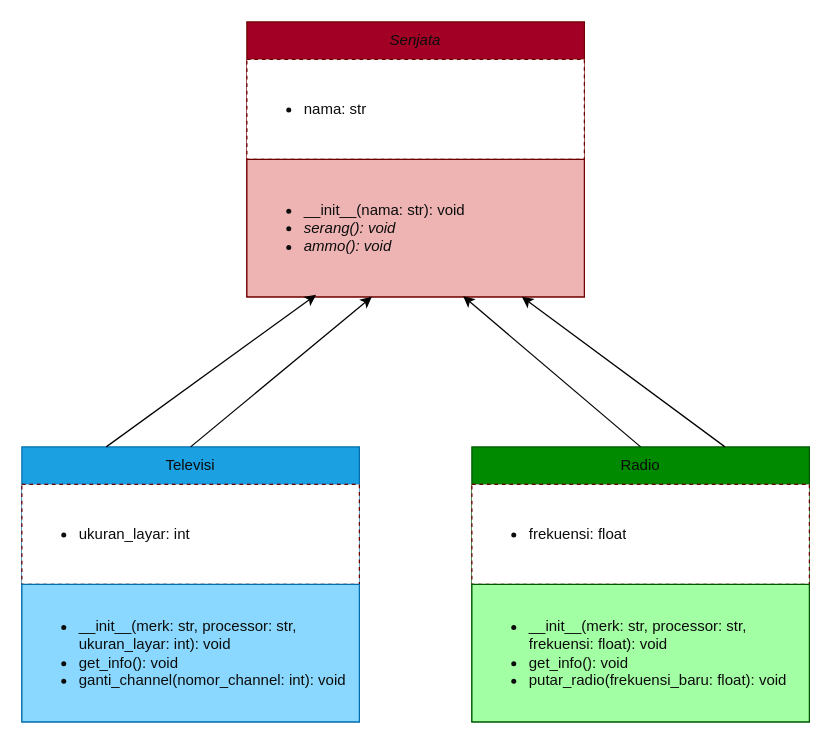
This is Jobsheet_6.drawio from ImNotDanish05/2025_PBO_TI-1A, a draw.io file, before an edit. Source tidied: cells renumbered, new cells numbered last; positions are measured from the earlier drawing's top-left corner, leaving out a move shared by most shapes. Both pictures are drawn from the tidied source at 125%, with x=0, y=0 at pixel (21, 21).
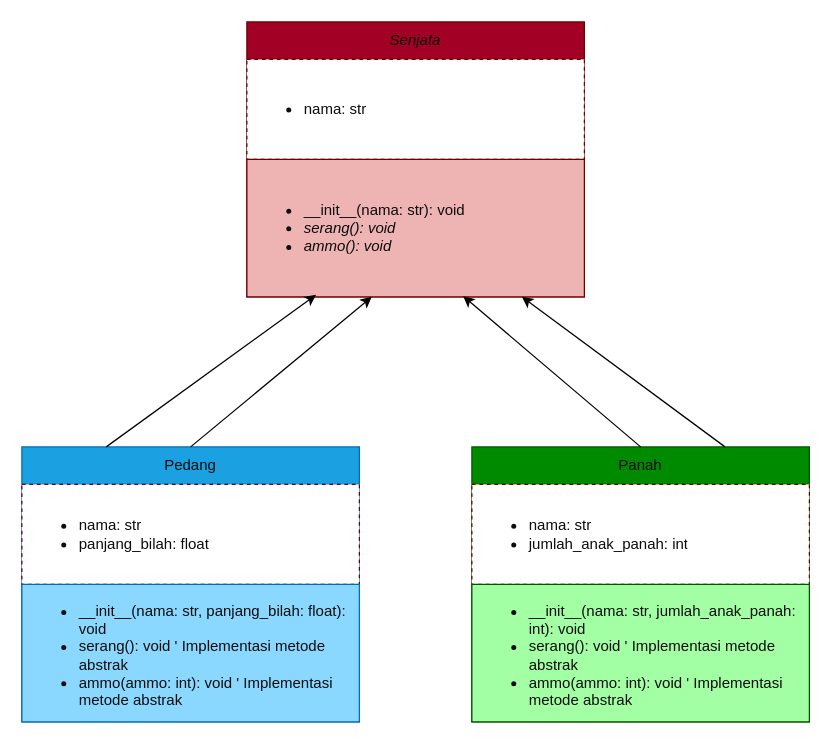
Above is the later version.

Diff of the diagram source:
```diff
@@
 <mxGraphModel>
   <root>
     <mxCell id="0" />
     <mxCell id="1" parent="0" />
     <mxCell id="2" value="&lt;i&gt;Senjata&lt;/i&gt;" style="swimlane;fontStyle=0;horizontal=1;startSize=30;whiteSpace=wrap;html=1;fillColor=#a20025;fontColor=light-dark(#0C0C0C,#0C0C0C);strokeColor=#6F0000;" parent="1" vertex="1">
       <mxGeometry x="180" width="270" height="220" as="geometry" />
     </mxCell>
     <mxCell id="3" value="&lt;ul&gt;&lt;li&gt;nama: str&lt;/li&gt;&lt;/ul&gt;" style="text;strokeColor=#6F0000;fillColor=light-dark(#FFFFFF,#FFFFFF);align=left;verticalAlign=middle;spacingLeft=4;spacingRight=4;overflow=hidden;whiteSpace=wrap;html=1;fontColor=light-dark(#0C0C0C,#0C0C0C);fillStyle=auto;dashed=1;gradientColor=none;" parent="2" vertex="1">
       <mxGeometry y="30" width="270" height="80" as="geometry" />
     </mxCell>
     <mxCell id="4" value="&lt;ul&gt;&lt;li&gt;__init__(nama: str): void&lt;/li&gt;&lt;li&gt;&lt;i&gt;serang(): void&lt;/i&gt;&lt;/li&gt;&lt;li&gt;&lt;i&gt;ammo(): void&lt;/i&gt;&lt;/li&gt;&lt;/ul&gt;" style="text;strokeColor=#6F0000;fillColor=light-dark(#EEB4B4,#EEB4B4);align=left;verticalAlign=middle;spacingLeft=4;spacingRight=4;overflow=hidden;points=[[0,0.5],[1,0.5]];portConstraint=eastwest;whiteSpace=wrap;html=1;fontColor=light-dark(#0C0C0C,#0C0C0C);" parent="2" vertex="1">
       <mxGeometry y="110" width="270" height="110" as="geometry" />
     </mxCell>
-    <mxCell id="5" value="Televisi" style="swimlane;fontStyle=0;horizontal=1;startSize=30;whiteSpace=wrap;html=1;fillColor=#1ba1e2;fontColor=light-dark(#0C0C0C,#0C0C0C);strokeColor=#006EAF;" parent="1" vertex="1">
+    <mxCell id="5" value="Pedang" style="swimlane;fontStyle=0;horizontal=1;startSize=30;whiteSpace=wrap;html=1;fillColor=#1ba1e2;fontColor=light-dark(#0C0C0C,#0C0C0C);strokeColor=#006EAF;" parent="1" vertex="1">
       <mxGeometry y="340" width="270" height="220" as="geometry" />
     </mxCell>
-    <mxCell id="6" value="&lt;ul&gt;&lt;li&gt;ukuran_layar: int&lt;/li&gt;&lt;/ul&gt;" style="text;strokeColor=#6F0000;fillColor=light-dark(#FFFFFF,#FFFFFF);align=left;verticalAlign=middle;spacingLeft=4;spacingRight=4;overflow=hidden;whiteSpace=wrap;html=1;fontColor=light-dark(#0C0C0C,#0C0C0C);fillStyle=auto;dashed=1;gradientColor=none;" parent="5" vertex="1">
+    <mxCell id="6" value="&lt;ul&gt;&lt;li&gt;nama: str&lt;/li&gt;&lt;li&gt;panjang_bilah: float&lt;/li&gt;&lt;/ul&gt;" style="text;strokeColor=#6F0000;fillColor=light-dark(#FFFFFF,#FFFFFF);align=left;verticalAlign=middle;spacingLeft=4;spacingRight=4;overflow=hidden;whiteSpace=wrap;html=1;fontColor=light-dark(#0C0C0C,#0C0C0C);fillStyle=auto;dashed=1;gradientColor=none;" parent="5" vertex="1">
       <mxGeometry y="30" width="270" height="80" as="geometry" />
     </mxCell>
-    <mxCell id="7" value="&lt;ul&gt;&lt;li&gt;__init__(merk: str, processor: str, ukuran_layar: int): void&lt;/li&gt;&lt;li&gt;get_info(): void&lt;/li&gt;&lt;li&gt;ganti_channel(nomor_channel: int): void&lt;br&gt;&lt;/li&gt;&lt;/ul&gt;" style="text;strokeColor=#006EAF;fillColor=light-dark(#8AD8FF,#8AD8FF);align=left;verticalAlign=middle;spacingLeft=4;spacingRight=4;overflow=hidden;whiteSpace=wrap;html=1;fontColor=light-dark(#0C0C0C,#0C0C0C);" parent="5" vertex="1">
+    <mxCell id="7" value="&lt;ul&gt;&lt;li&gt;__init__(nama: str, panjang_bilah: float): void&lt;/li&gt;&lt;li&gt;&lt;span style=&quot;background-color: transparent;&quot;&gt;serang(): void ' Implementasi metode abstrak&lt;/span&gt;&lt;/li&gt;&lt;li&gt;&lt;span style=&quot;background-color: transparent;&quot;&gt;ammo(ammo: int): void&amp;nbsp;&lt;/span&gt;' Implementasi metode abstrak&lt;/li&gt;&lt;/ul&gt;" style="text;strokeColor=#006EAF;fillColor=light-dark(#8AD8FF,#8AD8FF);align=left;verticalAlign=middle;spacingLeft=4;spacingRight=4;overflow=hidden;whiteSpace=wrap;html=1;fontColor=light-dark(#0C0C0C,#0C0C0C);" parent="5" vertex="1">
       <mxGeometry y="110" width="270" height="110" as="geometry" />
     </mxCell>
-    <mxCell id="8" value="Radio" style="swimlane;fontStyle=0;horizontal=1;startSize=30;whiteSpace=wrap;html=1;fillColor=#008a00;fontColor=light-dark(#0C0C0C,#0C0C0C);strokeColor=#005700;" parent="1" vertex="1">
+    <mxCell id="8" value="Panah" style="swimlane;fontStyle=0;horizontal=1;startSize=30;whiteSpace=wrap;html=1;fillColor=#008a00;fontColor=light-dark(#0C0C0C,#0C0C0C);strokeColor=#005700;" parent="1" vertex="1">
       <mxGeometry x="360" y="340" width="270" height="220" as="geometry" />
     </mxCell>
-    <mxCell id="9" value="&lt;ul&gt;&lt;li&gt;frekuensi: float&lt;/li&gt;&lt;/ul&gt;" style="text;strokeColor=#6F0000;fillColor=light-dark(#FFFFFF,#FFFFFF);align=left;verticalAlign=middle;spacingLeft=4;spacingRight=4;overflow=hidden;whiteSpace=wrap;html=1;fontColor=light-dark(#0C0C0C,#0C0C0C);fillStyle=auto;dashed=1;gradientColor=none;" parent="8" vertex="1">
+    <mxCell id="9" value="&lt;ul&gt;&lt;li&gt;nama: str&lt;/li&gt;&lt;li&gt;jumlah_anak_panah: int&lt;/li&gt;&lt;/ul&gt;" style="text;strokeColor=#6F0000;fillColor=light-dark(#FFFFFF,#FFFFFF);align=left;verticalAlign=middle;spacingLeft=4;spacingRight=4;overflow=hidden;whiteSpace=wrap;html=1;fontColor=light-dark(#0C0C0C,#0C0C0C);fillStyle=auto;dashed=1;gradientColor=none;" parent="8" vertex="1">
       <mxGeometry y="30" width="270" height="80" as="geometry" />
     </mxCell>
-    <mxCell id="10" value="&lt;ul&gt;&lt;li&gt;__init__(merk: str, processor: str, frekuensi: float): void&lt;/li&gt;&lt;li&gt;get_info(): void&lt;br&gt;&lt;/li&gt;&lt;li&gt;putar_radio(frekuensi_baru: float): void&lt;br&gt;&lt;/li&gt;&lt;/ul&gt;" style="text;strokeColor=#005700;fillColor=light-dark(#A3FFA3,#A3FFA3);align=left;verticalAlign=middle;spacingLeft=4;spacingRight=4;overflow=hidden;whiteSpace=wrap;html=1;fontColor=light-dark(#0C0C0C,#0C0C0C);" parent="8" vertex="1">
+    <mxCell id="10" value="&lt;ul&gt;&lt;li&gt;__init__(nama: str, jumlah_anak_panah: int): void&lt;/li&gt;&lt;li&gt;&lt;span style=&quot;background-color: transparent;&quot;&gt;serang(): void ' Implementasi metode abstrak&lt;/span&gt;&lt;/li&gt;&lt;li&gt;&lt;span style=&quot;background-color: transparent;&quot;&gt;ammo(ammo: int): void&amp;nbsp;&lt;/span&gt;' Implementasi metode abstrak&lt;/li&gt;&lt;/ul&gt;" style="text;strokeColor=#005700;fillColor=light-dark(#A3FFA3,#A3FFA3);align=left;verticalAlign=middle;spacingLeft=4;spacingRight=4;overflow=hidden;whiteSpace=wrap;html=1;fontColor=light-dark(#0C0C0C,#0C0C0C);" parent="8" vertex="1">
       <mxGeometry y="110" width="270" height="110" as="geometry" />
     </mxCell>
     <mxCell id="11" style="endArrow=classic;html=1;rounded=0;exitX=0.25;exitY=0;exitDx=0;exitDy=0;entryX=0.205;entryY=0.985;entryDx=0;entryDy=0;entryPerimeter=0;fontColor=light-dark(#0C0C0C,#0C0C0C);" parent="1" edge="1" source="5" target="4">
       <mxGeometry relative="1" as="geometry" />
     </mxCell>
     <mxCell id="12" style="endArrow=classic;html=1;rounded=0;exitX=0.5;exitY=0;exitDx=0;exitDy=0;entryX=0.37;entryY=1;entryDx=0;entryDy=0;entryPerimeter=0;fontColor=light-dark(#0C0C0C,#0C0C0C);" parent="1" edge="1" source="5" target="4">
       <mxGeometry relative="1" as="geometry" />
     </mxCell>
     <mxCell id="13" style="endArrow=classic;html=1;rounded=0;exitX=0.5;exitY=0;exitDx=0;exitDy=0;entryX=0.641;entryY=0.995;entryDx=0;entryDy=0;entryPerimeter=0;fontColor=light-dark(#0C0C0C,#0C0C0C);" parent="1" edge="1" source="8" target="4">
       <mxGeometry relative="1" as="geometry" />
     </mxCell>
     <mxCell id="14" style="endArrow=classic;html=1;rounded=0;exitX=0.75;exitY=0;exitDx=0;exitDy=0;fontColor=light-dark(#0C0C0C,#0C0C0C);" parent="1" edge="1" source="8">
       <mxGeometry relative="1" as="geometry">
         <mxPoint x="400" y="220" as="targetPoint" />
       </mxGeometry>
     </mxCell>
   </root>
 </mxGraphModel>
```
